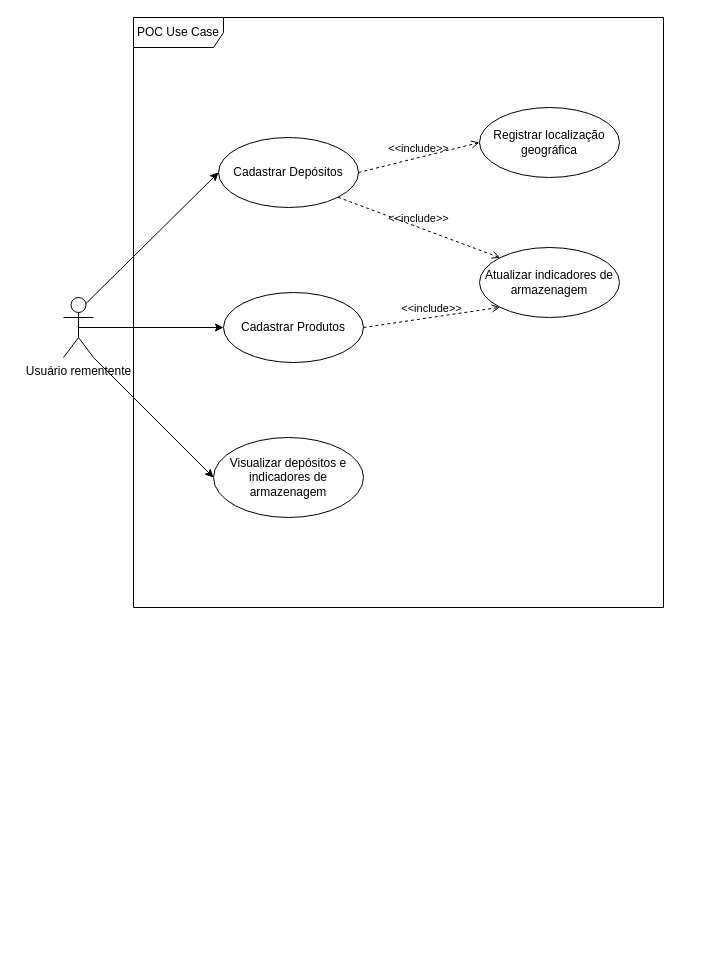
Earlier version of the draw.io diagram project/diagrams/use-case/UseCase.drawio (bitols/logistics-services-management). Source tidied: cells renumbered, new cells numbered last; positions are measured from the earlier drawing's top-left corner, leaving out a move shared by most shapes. Both pictures are drawn from the tidied source at 100%, with x=0, y=0 at pixel (63, 17).
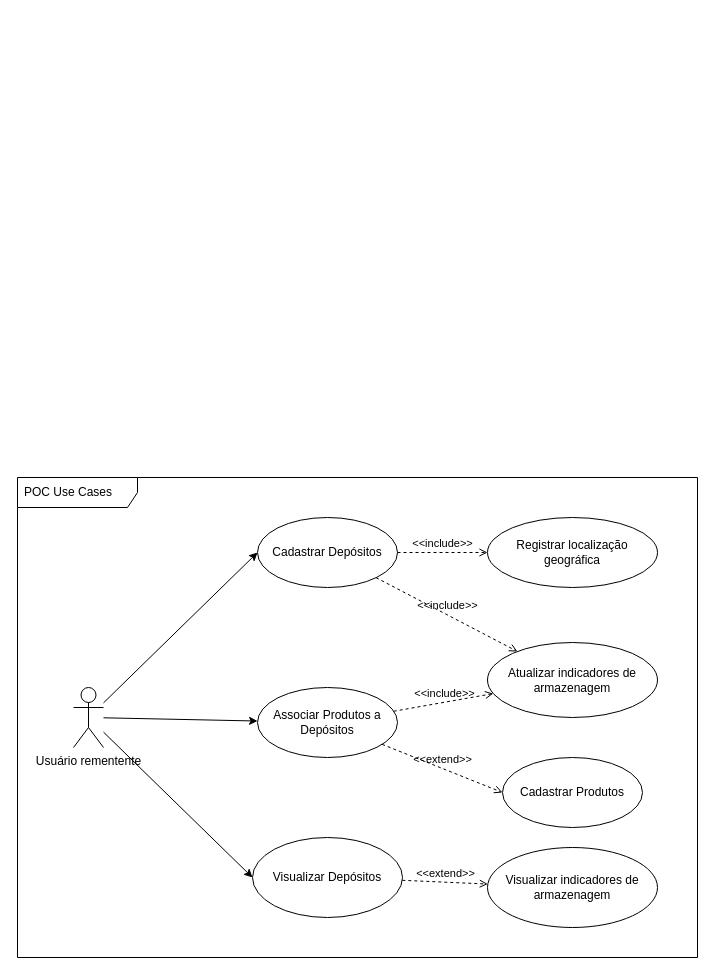
The same diagram, later.

Diff of the diagram source:
```diff
@@
 <mxGraphModel>
   <root>
     <mxCell id="0" />
     <mxCell id="1" parent="0" />
+    <mxCell id="15" value="POC Use Cases" style="shape=umlFrame;whiteSpace=wrap;html=1;width=120;height=30;boundedLbl=1;verticalAlign=middle;align=left;spacingLeft=5;" parent="1" vertex="1">
+      <mxGeometry x="-46" y="460" width="680" height="480" as="geometry" />
+    </mxCell>
-    <mxCell id="2" style="rounded=0;jettySize=auto;html=1;entryX=0;entryY=0.5;entryDx=0;entryDy=0;exitX=0.75;exitY=0.1;exitDx=0;exitDy=0;exitPerimeter=0;" parent="1" edge="1" source="5" target="6">
+    <mxCell id="2" style="rounded=0;jettySize=auto;html=1;entryX=0;entryY=0.5;entryDx=0;entryDy=0;" parent="1" edge="1" source="5" target="6">
       <mxGeometry relative="1" as="geometry" />
     </mxCell>
-    <mxCell id="3" style="edgeStyle=none;rounded=0;jettySize=auto;html=1;exitX=0.5;exitY=0.5;exitDx=0;exitDy=0;exitPerimeter=0;" parent="1" edge="1" source="5" target="7">
-      <mxGeometry relative="1" as="geometry" />
-    </mxCell>
-    <mxCell id="4" style="edgeStyle=none;rounded=0;jettySize=auto;html=1;exitX=1;exitY=1;exitDx=0;exitDy=0;exitPerimeter=0;entryX=0;entryY=0.5;entryDx=0;entryDy=0;" parent="1" edge="1" source="5" target="8">
-      <mxGeometry relative="1" as="geometry" />
-    </mxCell>
+    <mxCell id="16" style="edgeStyle=none;rounded=0;jettySize=auto;html=1;entryX=0;entryY=0.5;entryDx=0;entryDy=0;" parent="1" edge="1" source="5" target="18">
+      <mxGeometry relative="1" as="geometry" />
+    </mxCell>
+    <mxCell id="17" style="rounded=0;jettySize=auto;html=1;" parent="1" edge="1" source="5" target="20">
+      <mxGeometry relative="1" as="geometry" />
+    </mxCell>
     <mxCell id="5" value="Usuário rementente&lt;br&gt;&lt;br&gt;" style="shape=umlActor;verticalLabelPosition=bottom;verticalAlign=top;html=1;" parent="1" vertex="1">
-      <mxGeometry y="280" width="30" height="60" as="geometry" />
+      <mxGeometry x="10" y="670" width="30" height="60" as="geometry" />
     </mxCell>
     <mxCell id="6" value="Cadastrar Depósitos" style="ellipse;whiteSpace=wrap;html=1;" parent="1" vertex="1">
-      <mxGeometry x="155" y="120" width="140" height="70" as="geometry" />
+      <mxGeometry x="194" y="500" width="140" height="70" as="geometry" />
     </mxCell>
     <mxCell id="7" value="Cadastrar Produtos" style="ellipse;whiteSpace=wrap;html=1;" parent="1" vertex="1">
-      <mxGeometry x="160" y="275" width="140" height="70" as="geometry" />
+      <mxGeometry x="439" y="740" width="140" height="70" as="geometry" />
     </mxCell>
-    <mxCell id="8" value="Visualizar depósitos e indicadores de armazenagem" style="ellipse;whiteSpace=wrap;html=1;" parent="1" vertex="1">
-      <mxGeometry x="150" y="420" width="150" height="80" as="geometry" />
-    </mxCell>
+    <mxCell id="18" value="Visualizar Depósitos" style="ellipse;whiteSpace=wrap;html=1;" parent="1" vertex="1">
+      <mxGeometry x="189" y="820" width="150" height="80" as="geometry" />
+    </mxCell>
     <mxCell id="9" value="Registrar localização geográfica" style="ellipse;whiteSpace=wrap;html=1;" parent="1" vertex="1">
-      <mxGeometry x="416" y="90" width="140" height="70" as="geometry" />
+      <mxGeometry x="424" y="500" width="170" height="70" as="geometry" />
     </mxCell>
     <mxCell id="10" value="Atualizar indicadores de armazenagem" style="ellipse;whiteSpace=wrap;html=1;" parent="1" vertex="1">
-      <mxGeometry x="416" y="230" width="140" height="70" as="geometry" />
+      <mxGeometry x="424" y="625" width="170" height="75" as="geometry" />
     </mxCell>
     <mxCell id="11" value="&amp;lt;&amp;lt;include&amp;gt;&amp;gt;" style="html=1;verticalAlign=bottom;labelBackgroundColor=none;endArrow=open;endFill=0;dashed=1;rounded=0;exitX=1;exitY=0.5;exitDx=0;exitDy=0;entryX=0;entryY=0.5;entryDx=0;entryDy=0;" parent="1" edge="1" source="6" target="9">
       <mxGeometry relative="1" as="geometry" />
     </mxCell>
+    <mxCell id="19" value="&amp;lt;&amp;lt;include&amp;gt;&amp;gt;" style="html=1;verticalAlign=bottom;labelBackgroundColor=none;endArrow=open;endFill=0;dashed=1;rounded=0;" parent="1" edge="1" source="20" target="10">
+      <mxGeometry relative="1" as="geometry" />
+    </mxCell>
+    <mxCell id="20" value="Associar Produtos a Depósitos" style="ellipse;whiteSpace=wrap;html=1;" parent="1" vertex="1">
+      <mxGeometry x="194" y="670" width="140" height="70" as="geometry" />
+    </mxCell>
+    <mxCell id="21" value="&amp;lt;&amp;lt;extend&amp;gt;&amp;gt;" style="html=1;verticalAlign=bottom;labelBackgroundColor=none;endArrow=open;endFill=0;dashed=1;rounded=0;" parent="1" edge="1" source="18" target="22">
+      <mxGeometry relative="1" as="geometry" />
+    </mxCell>
+    <mxCell id="22" value="Visualizar indicadores de armazenagem" style="ellipse;whiteSpace=wrap;html=1;" parent="1" vertex="1">
+      <mxGeometry x="424" y="830" width="170" height="80" as="geometry" />
+    </mxCell>
+    <mxCell id="23" value="&amp;lt;&amp;lt;extend&amp;gt;&amp;gt;" style="html=1;verticalAlign=bottom;labelBackgroundColor=none;endArrow=open;endFill=0;dashed=1;rounded=0;entryX=0;entryY=0.5;entryDx=0;entryDy=0;" parent="1" edge="1" source="20" target="7">
+      <mxGeometry relative="1" as="geometry" />
+    </mxCell>
-    <mxCell id="12" value="&amp;lt;&amp;lt;include&amp;gt;&amp;gt;" style="html=1;verticalAlign=bottom;labelBackgroundColor=none;endArrow=open;endFill=0;dashed=1;rounded=0;exitX=1;exitY=1;exitDx=0;exitDy=0;entryX=0;entryY=0;entryDx=0;entryDy=0;" parent="1" edge="1" source="6" target="10">
+    <mxCell id="12" value="&amp;lt;&amp;lt;include&amp;gt;&amp;gt;" style="html=1;verticalAlign=bottom;labelBackgroundColor=none;endArrow=open;endFill=0;dashed=1;rounded=0;" parent="1" edge="1" source="6" target="10">
       <mxGeometry relative="1" as="geometry" />
     </mxCell>
-    <mxCell id="13" value="&amp;lt;&amp;lt;include&amp;gt;&amp;gt;" style="html=1;verticalAlign=bottom;labelBackgroundColor=none;endArrow=open;endFill=0;dashed=1;rounded=0;exitX=1;exitY=0.5;exitDx=0;exitDy=0;entryX=0;entryY=1;entryDx=0;entryDy=0;" parent="1" edge="1" source="7" target="10">
-      <mxGeometry relative="1" as="geometry" />
-    </mxCell>
-    <mxCell id="14" value="POC Use Case" style="shape=umlFrame;whiteSpace=wrap;html=1;width=90;height=30;" parent="1" vertex="1">
-      <mxGeometry x="70" width="530" height="590" as="geometry" />
-    </mxCell>
   </root>
 </mxGraphModel>
```
